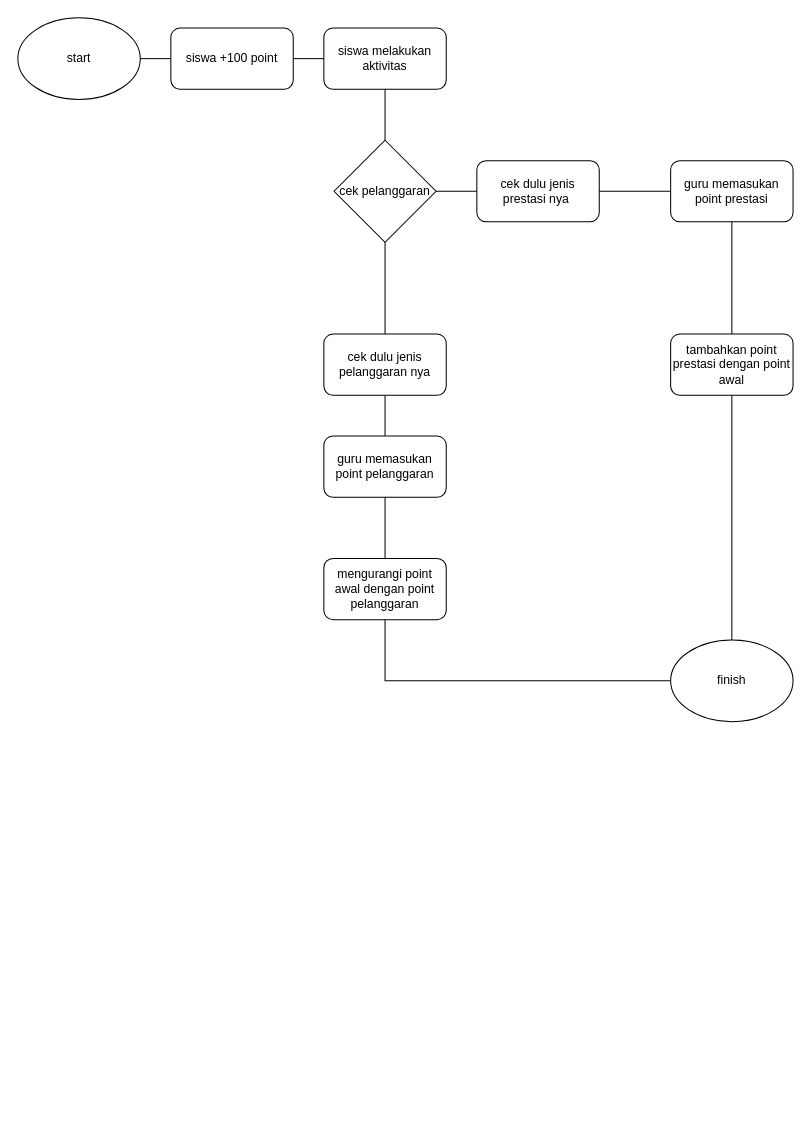
The draw.io diagram page "Halaman-2" (2 of 2) of Diagram Tanpa Judul.drawio in Rahadirahman21/Rahadirahman21.github.io, before the edit. Source tidied: cells renumbered, new cells numbered last; positions are measured from the earlier drawing's top-left corner, leaving out a move shared by most shapes. Both pictures are drawn from the tidied source at 102%, with x=0, y=0 at pixel (17, 17).
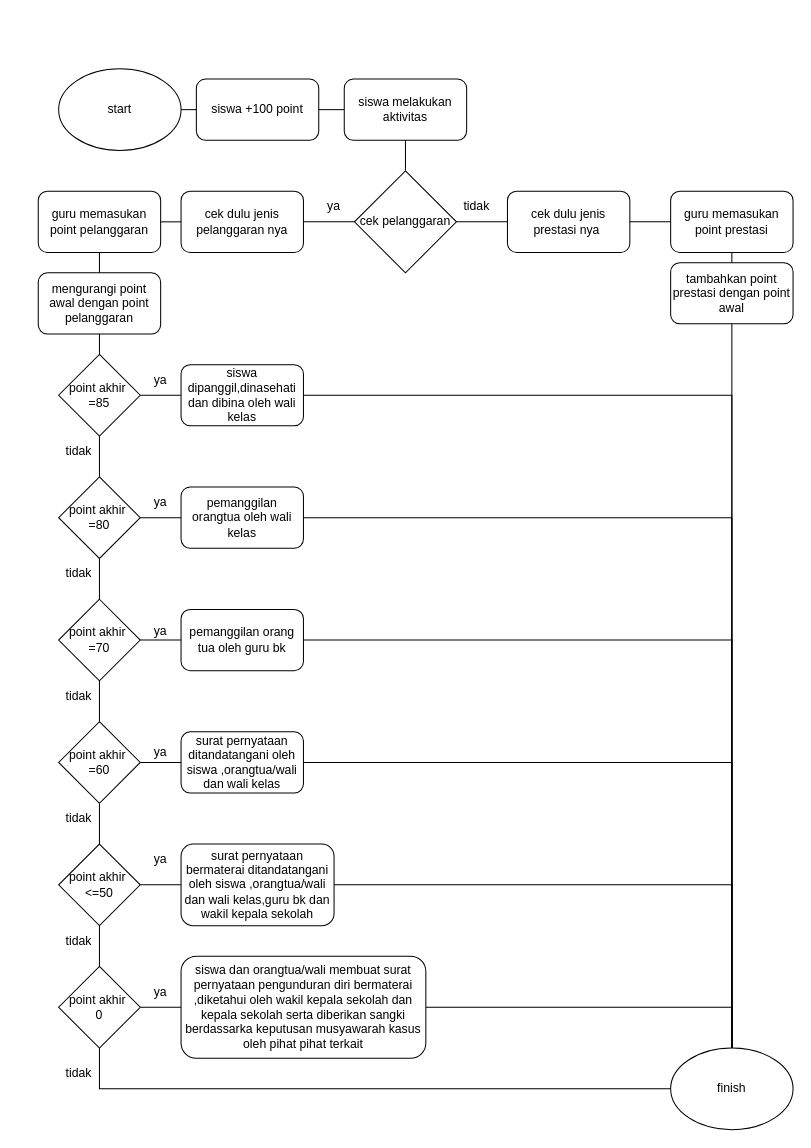
After the change.

Change to the diagram source:
```diff
@@
     <mxCell id="2" value="finish" style="ellipse;whiteSpace=wrap;html=1;" parent="1" vertex="1">
-      <mxGeometry x="640" y="610" width="120" height="80" as="geometry" />
+      <mxGeometry x="640" y="1010" width="120" height="80" as="geometry" />
     </mxCell>
     <mxCell id="3" value="start" style="ellipse;whiteSpace=wrap;html=1;" parent="1" vertex="1">
-      <mxGeometry width="120" height="80" as="geometry" />
+      <mxGeometry x="40" y="50" width="120" height="80" as="geometry" />
     </mxCell>
     <mxCell id="4" value="siswa +100 point" style="rounded=1;whiteSpace=wrap;html=1;" parent="1" vertex="1">
-      <mxGeometry x="150" y="10" width="120" height="60" as="geometry" />
+      <mxGeometry x="175" y="60" width="120" height="60" as="geometry" />
     </mxCell>
     <mxCell id="5" value="cek pelanggaran" style="rhombus;whiteSpace=wrap;html=1;" parent="1" vertex="1">
-      <mxGeometry x="310" y="120" width="100" height="100" as="geometry" />
+      <mxGeometry x="330" y="150" width="100" height="100" as="geometry" />
     </mxCell>
     <mxCell id="6" value="cek dulu jenis pelanggaran nya" style="rounded=1;whiteSpace=wrap;html=1;" parent="1" vertex="1">
-      <mxGeometry x="300" y="310" width="120" height="60" as="geometry" />
+      <mxGeometry x="160" y="170" width="120" height="60" as="geometry" />
     </mxCell>
     <mxCell id="7" value="cek dulu jenis prestasi nya&amp;nbsp;" style="rounded=1;whiteSpace=wrap;html=1;" parent="1" vertex="1">
-      <mxGeometry x="450" y="140" width="120" height="60" as="geometry" />
+      <mxGeometry x="480" y="170" width="120" height="60" as="geometry" />
     </mxCell>
@@
-    <mxCell id="10" style="endArrow=none;html=1;rounded=0;exitX=0.5;exitY=1;exitDx=0;exitDy=0;entryX=0.5;entryY=0;entryDx=0;entryDy=0;" parent="1" edge="1" source="5" target="6">
+    <mxCell id="10" style="endArrow=none;html=1;rounded=0;exitX=0;exitY=0.5;exitDx=0;exitDy=0;entryX=1;entryY=0.5;entryDx=0;entryDy=0;" parent="1" edge="1" source="5" target="6">
       <mxGeometry relative="1" as="geometry" />
     </mxCell>
     <mxCell id="11" value="guru memasukan point prestasi" style="rounded=1;whiteSpace=wrap;html=1;" parent="1" vertex="1">
-      <mxGeometry x="640" y="140" width="120" height="60" as="geometry" />
+      <mxGeometry x="640" y="170" width="120" height="60" as="geometry" />
     </mxCell>
@@
     <mxCell id="13" value="tambahkan point prestasi dengan point awal" style="rounded=1;whiteSpace=wrap;html=1;" parent="1" vertex="1">
-      <mxGeometry x="640" y="310" width="120" height="60" as="geometry" />
+      <mxGeometry x="640" y="240" width="120" height="60" as="geometry" />
     </mxCell>
     <mxCell id="14" value="guru memasukan point pelanggaran" style="rounded=1;whiteSpace=wrap;html=1;" parent="1" vertex="1">
-      <mxGeometry x="300" y="410" width="120" height="60" as="geometry" />
+      <mxGeometry x="20" y="170" width="120" height="60" as="geometry" />
     </mxCell>
     <mxCell id="15" value="mengurangi point awal dengan point pelanggaran" style="rounded=1;whiteSpace=wrap;html=1;" parent="1" vertex="1">
-      <mxGeometry x="300" y="530" width="120" height="60" as="geometry" />
+      <mxGeometry x="20" y="250" width="120" height="60" as="geometry" />
     </mxCell>
-    <mxCell id="16" style="endArrow=none;html=1;rounded=0;exitX=0.5;exitY=1;exitDx=0;exitDy=0;entryX=0.5;entryY=0;entryDx=0;entryDy=0;" parent="1" edge="1" source="6" target="14">
+    <mxCell id="16" style="endArrow=none;html=1;rounded=0;exitX=0;exitY=0.5;exitDx=0;exitDy=0;entryX=1;entryY=0.5;entryDx=0;entryDy=0;" parent="1" edge="1" source="6" target="14">
       <mxGeometry relative="1" as="geometry" />
     </mxCell>
@@
-    <mxCell id="20" style="endArrow=none;html=1;rounded=0;exitX=0.5;exitY=1;exitDx=0;exitDy=0;entryX=0;entryY=0.5;entryDx=0;entryDy=0;" parent="1" edge="1" source="15" target="2">
-      <mxGeometry relative="1" as="geometry">
-        <Array as="points">
-          <mxPoint x="360" y="650" />
-        </Array>
-      </mxGeometry>
-    </mxCell>
     <mxCell id="21" value="siswa melakukan aktivitas" style="rounded=1;whiteSpace=wrap;html=1;" parent="1" vertex="1">
-      <mxGeometry x="300" y="10" width="120" height="60" as="geometry" />
+      <mxGeometry x="320" y="60" width="120" height="60" as="geometry" />
     </mxCell>
@@
+    <mxCell id="24" value="point akhir&amp;nbsp;&lt;div&gt;=85&lt;/div&gt;" style="rhombus;whiteSpace=wrap;html=1;" parent="1" vertex="1">
+      <mxGeometry x="40" y="330" width="80" height="80" as="geometry" />
+    </mxCell>
+    <mxCell id="25" value="siswa dipanggil,dinasehati dan dibina oleh wali kelas" style="rounded=1;whiteSpace=wrap;html=1;" parent="1" vertex="1">
+      <mxGeometry x="160" y="340" width="120" height="60" as="geometry" />
+    </mxCell>
+    <mxCell id="26" value="point akhir&amp;nbsp;&lt;div&gt;=80&lt;/div&gt;" style="rhombus;whiteSpace=wrap;html=1;" parent="1" vertex="1">
+      <mxGeometry x="40" y="450" width="80" height="80" as="geometry" />
+    </mxCell>
+    <mxCell id="27" value="pemanggilan orangtua oleh wali kelas" style="rounded=1;whiteSpace=wrap;html=1;" parent="1" vertex="1">
+      <mxGeometry x="160" y="460" width="120" height="60" as="geometry" />
+    </mxCell>
+    <mxCell id="28" value="point akhir&amp;nbsp;&lt;div&gt;=70&lt;/div&gt;" style="rhombus;whiteSpace=wrap;html=1;" parent="1" vertex="1">
+      <mxGeometry x="40" y="570" width="80" height="80" as="geometry" />
+    </mxCell>
+    <mxCell id="29" value="pemanggilan orang tua oleh guru bk" style="rounded=1;whiteSpace=wrap;html=1;" parent="1" vertex="1">
+      <mxGeometry x="160" y="580" width="120" height="60" as="geometry" />
+    </mxCell>
+    <mxCell id="30" value="point akhir&amp;nbsp;&lt;div&gt;=60&lt;/div&gt;" style="rhombus;whiteSpace=wrap;html=1;" parent="1" vertex="1">
+      <mxGeometry x="40" y="690" width="80" height="80" as="geometry" />
+    </mxCell>
+    <mxCell id="31" value="surat pernyataan ditandatangani oleh siswa ,orangtua/wali dan wali kelas" style="rounded=1;whiteSpace=wrap;html=1;" parent="1" vertex="1">
+      <mxGeometry x="160" y="700" width="120" height="60" as="geometry" />
+    </mxCell>
+    <mxCell id="32" value="point akhir&amp;nbsp;&lt;div&gt;&amp;lt;=50&lt;/div&gt;" style="rhombus;whiteSpace=wrap;html=1;" parent="1" vertex="1">
+      <mxGeometry x="40" y="810" width="80" height="80" as="geometry" />
+    </mxCell>
+    <mxCell id="33" value="surat pernyataan bermaterai ditandatangani oleh siswa ,orangtua/wali dan wali kelas,guru bk dan wakil kepala sekolah" style="rounded=1;whiteSpace=wrap;html=1;" parent="1" vertex="1">
+      <mxGeometry x="160" y="810" width="150" height="80" as="geometry" />
+    </mxCell>
+    <mxCell id="34" value="point akhir&amp;nbsp;&lt;div&gt;0&lt;/div&gt;" style="rhombus;whiteSpace=wrap;html=1;" parent="1" vertex="1">
+      <mxGeometry x="40" y="930" width="80" height="80" as="geometry" />
+    </mxCell>
+    <mxCell id="35" value="siswa dan orangtua/wali membuat surat pernyataan pengunduran diri bermaterai ,diketahui oleh wakil kepala sekolah dan kepala sekolah serta diberikan sangki berdassarka keputusan musyawarah kasus oleh pihat pihat terkait" style="rounded=1;whiteSpace=wrap;html=1;" parent="1" vertex="1">
+      <mxGeometry x="160" y="920" width="240" height="100" as="geometry" />
+    </mxCell>
+    <mxCell id="36" style="endArrow=none;html=1;rounded=0;exitX=0.5;exitY=1;exitDx=0;exitDy=0;entryX=0.5;entryY=0;entryDx=0;entryDy=0;" parent="1" edge="1" source="15" target="24">
+      <mxGeometry relative="1" as="geometry" />
+    </mxCell>
+    <mxCell id="37" style="endArrow=none;html=1;rounded=0;exitX=1;exitY=0.5;exitDx=0;exitDy=0;entryX=0;entryY=0.5;entryDx=0;entryDy=0;" parent="1" edge="1" source="24" target="25">
+      <mxGeometry relative="1" as="geometry" />
+    </mxCell>
+    <mxCell id="38" style="endArrow=none;html=1;rounded=0;exitX=1;exitY=0.5;exitDx=0;exitDy=0;entryX=0;entryY=0.5;entryDx=0;entryDy=0;" parent="1" edge="1" source="26" target="27">
+      <mxGeometry relative="1" as="geometry" />
+    </mxCell>
+    <mxCell id="39" style="endArrow=none;html=1;rounded=0;exitX=0.5;exitY=1;exitDx=0;exitDy=0;entryX=0.5;entryY=0;entryDx=0;entryDy=0;" parent="1" edge="1" source="24" target="26">
+      <mxGeometry relative="1" as="geometry" />
+    </mxCell>
+    <mxCell id="40" style="endArrow=none;html=1;rounded=0;exitX=0.5;exitY=1;exitDx=0;exitDy=0;entryX=0.5;entryY=0;entryDx=0;entryDy=0;" parent="1" edge="1" source="26" target="28">
+      <mxGeometry relative="1" as="geometry" />
+    </mxCell>
+    <mxCell id="41" style="endArrow=none;html=1;rounded=0;exitX=1;exitY=0.5;exitDx=0;exitDy=0;entryX=0;entryY=0.5;entryDx=0;entryDy=0;" parent="1" edge="1" source="28" target="29">
+      <mxGeometry relative="1" as="geometry" />
+    </mxCell>
+    <mxCell id="42" style="endArrow=none;html=1;rounded=0;exitX=1;exitY=0.5;exitDx=0;exitDy=0;entryX=0;entryY=0.5;entryDx=0;entryDy=0;" parent="1" edge="1" source="30" target="31">
+      <mxGeometry relative="1" as="geometry" />
+    </mxCell>
+    <mxCell id="43" style="endArrow=none;html=1;rounded=0;exitX=1;exitY=0.5;exitDx=0;exitDy=0;entryX=0;entryY=0.5;entryDx=0;entryDy=0;" parent="1" edge="1" source="32" target="33">
+      <mxGeometry relative="1" as="geometry" />
+    </mxCell>
+    <mxCell id="44" style="endArrow=none;html=1;rounded=0;exitX=0.5;exitY=1;exitDx=0;exitDy=0;entryX=0.5;entryY=0;entryDx=0;entryDy=0;" parent="1" edge="1" source="28" target="30">
+      <mxGeometry relative="1" as="geometry" />
+    </mxCell>
+    <mxCell id="45" style="endArrow=none;html=1;rounded=0;exitX=0.5;exitY=0;exitDx=0;exitDy=0;entryX=0.5;entryY=1;entryDx=0;entryDy=0;" parent="1" edge="1" source="32" target="30">
+      <mxGeometry relative="1" as="geometry" />
+    </mxCell>
+    <mxCell id="46" style="endArrow=none;html=1;rounded=0;exitX=0.5;exitY=1;exitDx=0;exitDy=0;entryX=0.5;entryY=0;entryDx=0;entryDy=0;" parent="1" edge="1" source="32" target="34">
+      <mxGeometry relative="1" as="geometry" />
+    </mxCell>
+    <mxCell id="47" style="endArrow=none;html=1;rounded=0;exitX=1;exitY=0.5;exitDx=0;exitDy=0;entryX=0;entryY=0.5;entryDx=0;entryDy=0;" parent="1" edge="1" source="34" target="35">
+      <mxGeometry relative="1" as="geometry" />
+    </mxCell>
+    <mxCell id="48" style="endArrow=none;html=1;rounded=0;exitX=0.5;exitY=1;exitDx=0;exitDy=0;entryX=0;entryY=0.5;entryDx=0;entryDy=0;" parent="1" edge="1" source="34" target="2">
+      <mxGeometry relative="1" as="geometry">
+        <Array as="points">
+          <mxPoint x="80" y="1050" />
+        </Array>
+      </mxGeometry>
+    </mxCell>
+    <mxCell id="49" style="endArrow=none;html=1;rounded=0;exitX=1;exitY=0.5;exitDx=0;exitDy=0;entryX=0.5;entryY=0;entryDx=0;entryDy=0;" parent="1" edge="1" source="25" target="2">
+      <mxGeometry relative="1" as="geometry">
+        <Array as="points">
+          <mxPoint x="700" y="370" />
+        </Array>
+      </mxGeometry>
+    </mxCell>
+    <mxCell id="50" style="endArrow=none;html=1;rounded=0;exitX=1;exitY=0.5;exitDx=0;exitDy=0;entryX=0.5;entryY=0;entryDx=0;entryDy=0;" parent="1" edge="1" source="27" target="2">
+      <mxGeometry relative="1" as="geometry">
+        <Array as="points">
+          <mxPoint x="700" y="490" />
+        </Array>
+      </mxGeometry>
+    </mxCell>
+    <mxCell id="51" style="endArrow=none;html=1;rounded=0;exitX=1;exitY=0.5;exitDx=0;exitDy=0;entryX=0.5;entryY=0;entryDx=0;entryDy=0;" parent="1" edge="1" source="29" target="2">
+      <mxGeometry relative="1" as="geometry">
+        <Array as="points">
+          <mxPoint x="700" y="610" />
+        </Array>
+      </mxGeometry>
+    </mxCell>
+    <mxCell id="52" style="endArrow=none;html=1;rounded=0;exitX=1;exitY=0.5;exitDx=0;exitDy=0;entryX=0.5;entryY=0;entryDx=0;entryDy=0;" parent="1" edge="1" source="31" target="2">
+      <mxGeometry relative="1" as="geometry">
+        <Array as="points">
+          <mxPoint x="700" y="730" />
+        </Array>
+      </mxGeometry>
+    </mxCell>
+    <mxCell id="53" style="endArrow=none;html=1;rounded=0;exitX=1;exitY=0.5;exitDx=0;exitDy=0;entryX=0.5;entryY=0;entryDx=0;entryDy=0;" parent="1" edge="1" source="33" target="2">
+      <mxGeometry relative="1" as="geometry">
+        <Array as="points">
+          <mxPoint x="700" y="850" />
+        </Array>
+      </mxGeometry>
+    </mxCell>
+    <mxCell id="54" style="endArrow=none;html=1;rounded=0;exitX=1;exitY=0.5;exitDx=0;exitDy=0;entryX=0.5;entryY=0;entryDx=0;entryDy=0;" parent="1" edge="1" source="35" target="2">
+      <mxGeometry relative="1" as="geometry">
+        <Array as="points">
+          <mxPoint x="700" y="970" />
+        </Array>
+      </mxGeometry>
+    </mxCell>
+    <mxCell id="55" value="ya" style="text;html=1;align=center;verticalAlign=middle;whiteSpace=wrap;rounded=0;" parent="1" vertex="1">
+      <mxGeometry x="110" y="587" width="60" height="30" as="geometry" />
+    </mxCell>
+    <mxCell id="56" value="ya" style="text;html=1;align=center;verticalAlign=middle;whiteSpace=wrap;rounded=0;" parent="1" vertex="1">
+      <mxGeometry x="280" y="170" width="60" height="30" as="geometry" />
+    </mxCell>
+    <mxCell id="57" value="ya" style="text;html=1;align=center;verticalAlign=middle;whiteSpace=wrap;rounded=0;" parent="1" vertex="1">
+      <mxGeometry x="110" y="340" width="60" height="30" as="geometry" />
+    </mxCell>
+    <mxCell id="58" value="ya" style="text;html=1;align=center;verticalAlign=middle;whiteSpace=wrap;rounded=0;" parent="1" vertex="1">
+      <mxGeometry x="110" y="460" width="60" height="30" as="geometry" />
+    </mxCell>
+    <mxCell id="59" value="ya" style="text;html=1;align=center;verticalAlign=middle;whiteSpace=wrap;rounded=0;" parent="1" vertex="1">
+      <mxGeometry x="110" y="940" width="60" height="30" as="geometry" />
+    </mxCell>
+    <mxCell id="60" value="ya" style="text;html=1;align=center;verticalAlign=middle;whiteSpace=wrap;rounded=0;" parent="1" vertex="1">
+      <mxGeometry x="110" y="810" width="60" height="30" as="geometry" />
+    </mxCell>
+    <mxCell id="61" value="ya" style="text;html=1;align=center;verticalAlign=middle;whiteSpace=wrap;rounded=0;" parent="1" vertex="1">
+      <mxGeometry x="110" y="705" width="60" height="30" as="geometry" />
+    </mxCell>
+    <mxCell id="62" value="tidak" style="text;html=1;align=center;verticalAlign=middle;whiteSpace=wrap;rounded=0;" parent="1" vertex="1">
+      <mxGeometry x="420" y="170" width="60" height="30" as="geometry" />
+    </mxCell>
+    <mxCell id="63" value="tidak" style="text;html=1;align=center;verticalAlign=middle;whiteSpace=wrap;rounded=0;" parent="1" vertex="1">
+      <mxGeometry x="30" y="890" width="60" height="30" as="geometry" />
+    </mxCell>
+    <mxCell id="64" value="tidak" style="text;html=1;align=center;verticalAlign=middle;whiteSpace=wrap;rounded=0;" parent="1" vertex="1">
+      <mxGeometry x="30" y="770" width="60" height="30" as="geometry" />
+    </mxCell>
+    <mxCell id="65" value="tidak" style="text;html=1;align=center;verticalAlign=middle;whiteSpace=wrap;rounded=0;" parent="1" vertex="1">
+      <mxGeometry x="30" y="650" width="60" height="30" as="geometry" />
+    </mxCell>
+    <mxCell id="66" value="tidak" style="text;html=1;align=center;verticalAlign=middle;whiteSpace=wrap;rounded=0;" parent="1" vertex="1">
+      <mxGeometry x="30" y="410" width="60" height="30" as="geometry" />
+    </mxCell>
+    <mxCell id="67" value="tidak" style="text;html=1;align=center;verticalAlign=middle;whiteSpace=wrap;rounded=0;" parent="1" vertex="1">
+      <mxGeometry x="30" y="530" width="60" height="30" as="geometry" />
+    </mxCell>
+    <mxCell id="68" value="tidak" style="text;html=1;align=center;verticalAlign=middle;whiteSpace=wrap;rounded=0;" parent="1" vertex="1">
+      <mxGeometry x="30" y="1020" width="60" height="30" as="geometry" />
+    </mxCell>
```
